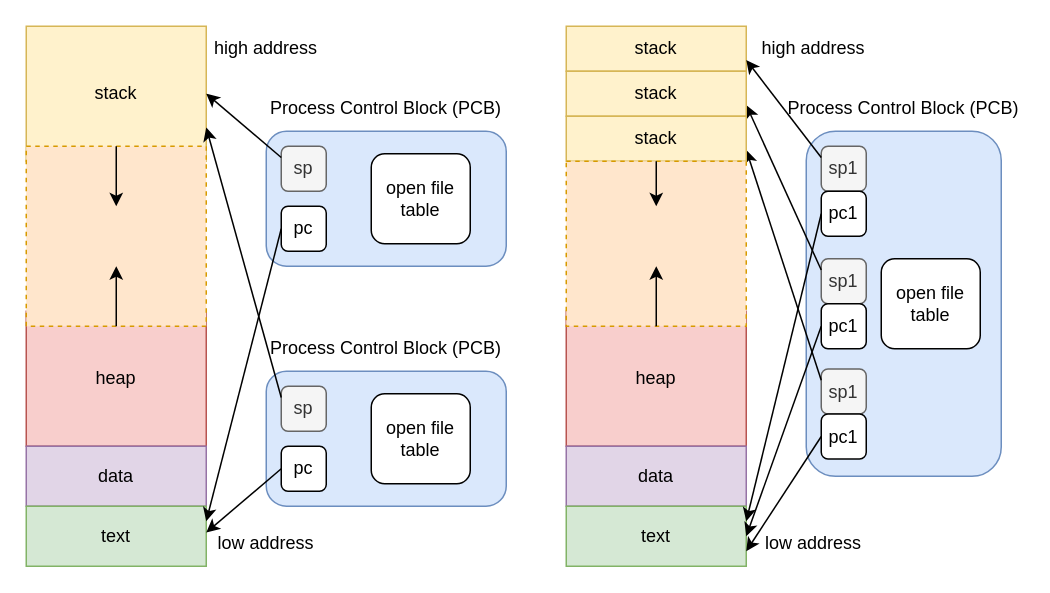
Before: lectures/lec12/process_threads.drawio in rhubarbwu/csc209, a draw.io diagram. Source tidied: cells renumbered, new cells numbered last; positions are measured from the earlier drawing's top-left corner, leaving out a move shared by most shapes. Both pictures are drawn from the tidied source at 150%, with x=0, y=0 at pixel (26, 26).
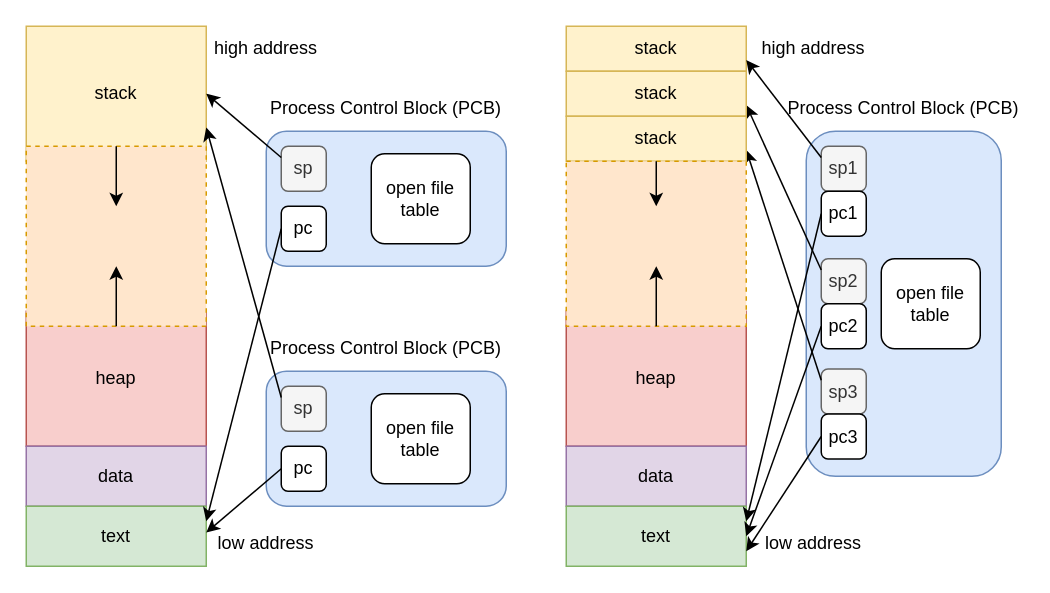
After the change.

Diff of the diagram source:
```diff
@@
-    <mxCell id="31" value="sp1" style="rounded=1;whiteSpace=wrap;html=1;fillColor=#f5f5f5;fontColor=#333333;strokeColor=#666666;" parent="1" vertex="1">
+    <mxCell id="31" value="sp2" style="rounded=1;whiteSpace=wrap;html=1;fillColor=#f5f5f5;fontColor=#333333;strokeColor=#666666;" parent="1" vertex="1">
       <mxGeometry x="530" y="155" width="30" height="30" as="geometry" />
     </mxCell>
-    <mxCell id="32" value="pc1" style="rounded=1;whiteSpace=wrap;html=1;" parent="1" vertex="1">
+    <mxCell id="32" value="pc2" style="rounded=1;whiteSpace=wrap;html=1;" parent="1" vertex="1">
       <mxGeometry x="530" y="185" width="30" height="30" as="geometry" />
     </mxCell>
@@
-    <mxCell id="35" value="sp1" style="rounded=1;whiteSpace=wrap;html=1;fillColor=#f5f5f5;fontColor=#333333;strokeColor=#666666;" parent="1" vertex="1">
+    <mxCell id="35" value="sp3" style="rounded=1;whiteSpace=wrap;html=1;fillColor=#f5f5f5;fontColor=#333333;strokeColor=#666666;" parent="1" vertex="1">
       <mxGeometry x="530" y="228.5" width="30" height="30" as="geometry" />
     </mxCell>
-    <mxCell id="36" value="pc1" style="rounded=1;whiteSpace=wrap;html=1;" parent="1" vertex="1">
+    <mxCell id="36" value="pc3" style="rounded=1;whiteSpace=wrap;html=1;" parent="1" vertex="1">
       <mxGeometry x="530" y="258.5" width="30" height="30" as="geometry" />
     </mxCell>
```
